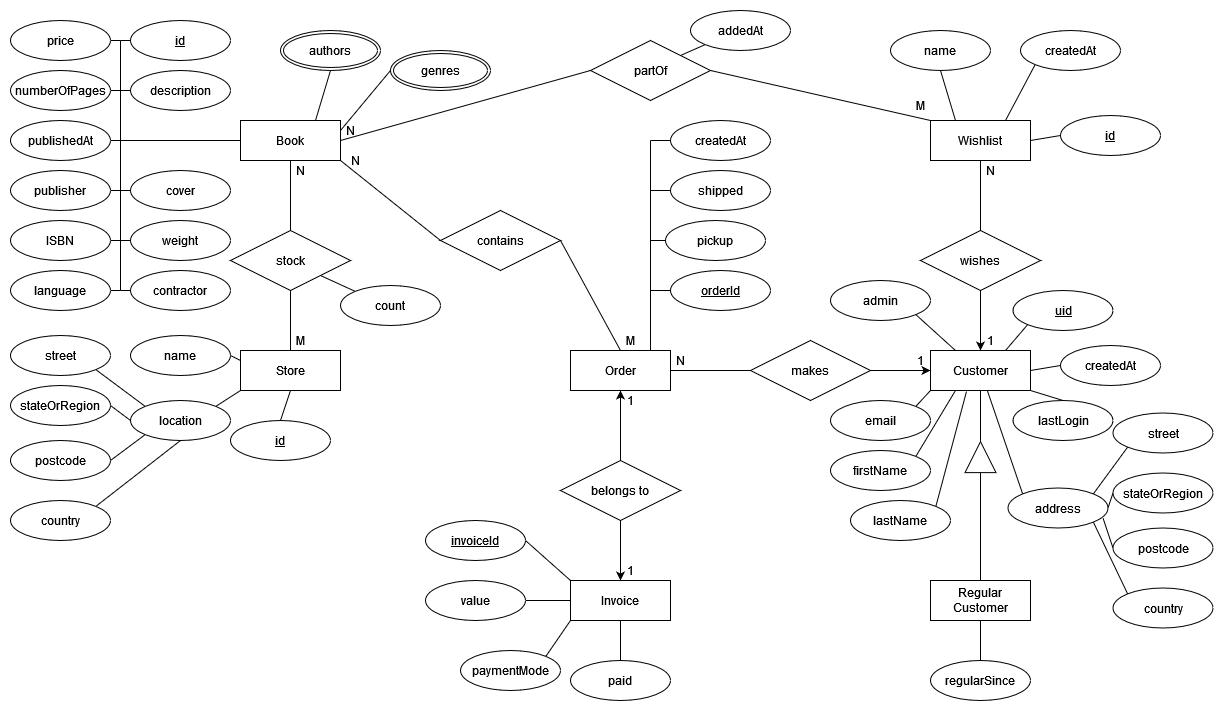
Earlier version of the draw.io export docs/entity-relationship/er.drawio.png (a-bakk/bookstore-oracle). Source tidied: cells renumbered, new cells last; positions are measured from the earlier drawing's top-left corner, leaving out a move shared by most shapes.
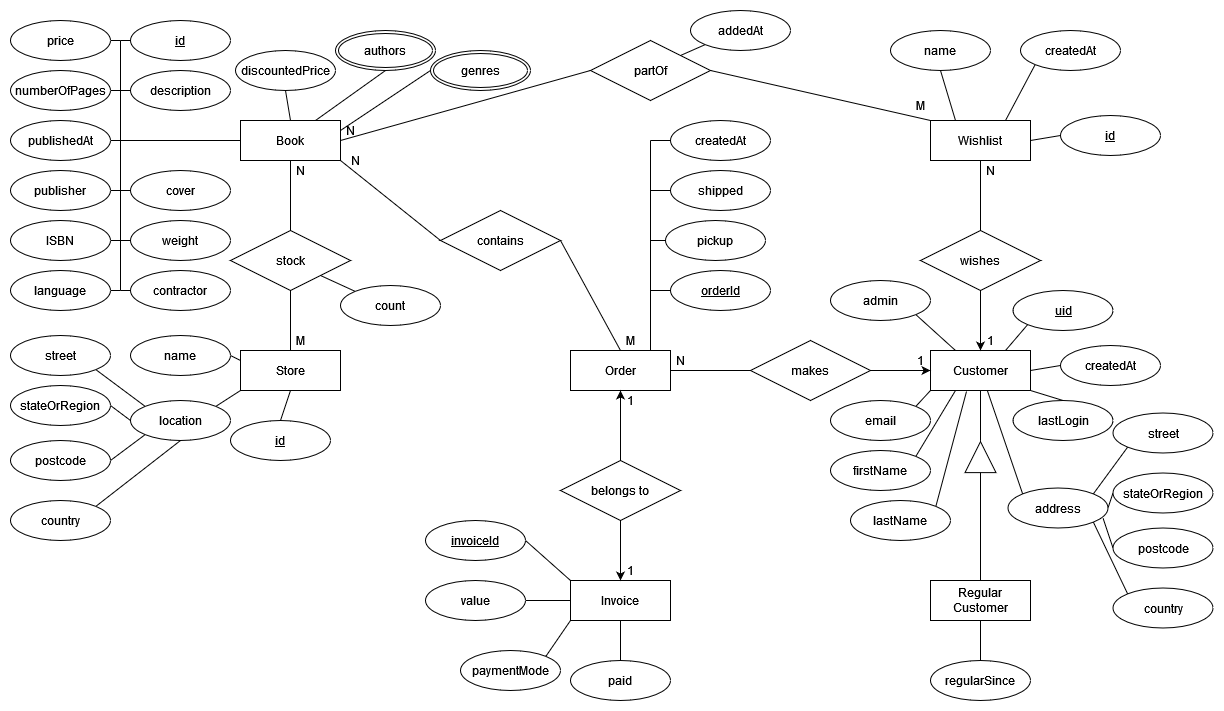
Later version of the same file.

What changed in the source:
```diff
@@ -127,13 +127,13 @@
       <mxGeometry relative="1" as="geometry" />
     </mxCell>
     <mxCell id="39" value="authors" style="ellipse;shape=doubleEllipse;margin=3;whiteSpace=wrap;html=1;align=center;" parent="1" vertex="1">
-      <mxGeometry x="270" y="20" width="100" height="40" as="geometry" />
+      <mxGeometry x="325" y="20" width="100" height="40" as="geometry" />
     </mxCell>
     <mxCell id="40" style="edgeStyle=none;rounded=0;jettySize=auto;html=1;exitX=0;exitY=0.5;exitDx=0;exitDy=0;entryX=1;entryY=0.25;entryDx=0;entryDy=0;strokeWidth=1;endArrow=none;endFill=0;endSize=6;" parent="1" edge="1" source="41" target="8">
       <mxGeometry relative="1" as="geometry" />
     </mxCell>
     <mxCell id="41" value="genres" style="ellipse;shape=doubleEllipse;margin=3;whiteSpace=wrap;html=1;align=center;" parent="1" vertex="1">
-      <mxGeometry x="380" y="40" width="100" height="40" as="geometry" />
+      <mxGeometry x="420" y="40" width="100" height="40" as="geometry" />
     </mxCell>
     <mxCell id="42" value="M" style="text;html=1;align=center;verticalAlign=middle;strokeColor=none;fillColor=none;" parent="1" vertex="1">
       <mxGeometry x="605" y="315" width="30" height="30" as="geometry" />
@@ -462,5 +462,11 @@
     <mxCell id="136" value="admin" style="ellipse;whiteSpace=wrap;html=1;align=center;" parent="1" vertex="1">
       <mxGeometry x="820" y="270" width="100" height="40" as="geometry" />
     </mxCell>
+    <mxCell id="137" style="rounded=0;jettySize=auto;html=1;exitX=0.5;exitY=1;exitDx=0;exitDy=0;entryX=0.5;entryY=0;entryDx=0;entryDy=0;endArrow=none;endFill=0;" parent="1" edge="1" source="138" target="8">
+      <mxGeometry relative="1" as="geometry" />
+    </mxCell>
+    <mxCell id="138" value="discountedPrice" style="ellipse;whiteSpace=wrap;html=1;align=center;" parent="1" vertex="1">
+      <mxGeometry x="225" y="40" width="100" height="40" as="geometry" />
+    </mxCell>
   </root>
 </mxGraphModel>
```
